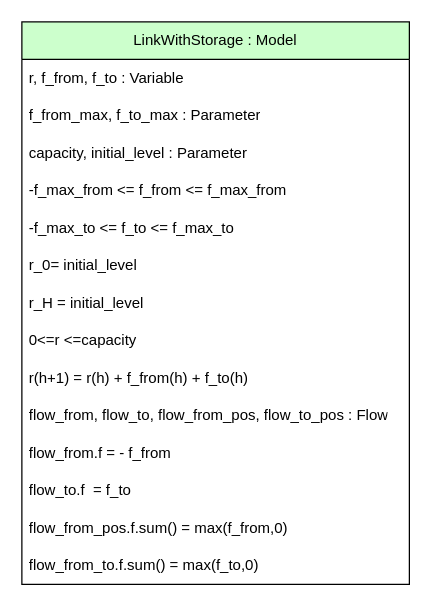
This is models-design/model_library/link_with_storage.drawio from AntaresSimulatorTeam/andromede-modeling-prototype, a draw.io file, before an edit. Source tidied: cells renumbered, new cells numbered last; positions are measured from the earlier drawing's top-left corner, leaving out a move shared by most shapes. Both pictures are drawn from the tidied source at 125%, with x=0, y=0 at pixel (21, 21).
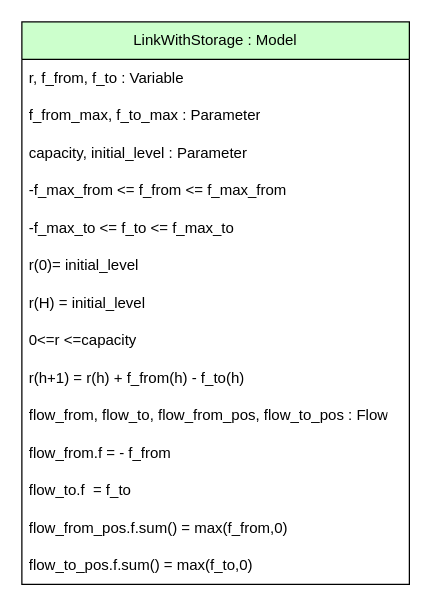
The same page after the edit.

The edit, as a diff of the source:
```diff
@@
 <mxGraphModel>
   <root>
     <mxCell id="0" />
     <mxCell id="1" parent="0" />
     <mxCell id="2" value="LinkWithStorage : Model" style="swimlane;fontStyle=0;horizontal=1;startSize=30;whiteSpace=wrap;html=1;fillColor=#CCFFCC;fontColor=#000000;" parent="1" vertex="1">
       <mxGeometry width="310" height="450" as="geometry" />
     </mxCell>
     <mxCell id="3" value="r, f_from, f_to : Variable" style="text;strokeColor=none;fillColor=none;align=left;verticalAlign=middle;spacingLeft=4;spacingRight=4;overflow=hidden;whiteSpace=wrap;html=1;" parent="2" vertex="1">
       <mxGeometry y="30" width="310" height="30" as="geometry" />
     </mxCell>
     <mxCell id="4" value="f_from_max, f_to_max : Parameter" style="text;strokeColor=none;fillColor=none;align=left;verticalAlign=middle;spacingLeft=4;spacingRight=4;overflow=hidden;whiteSpace=wrap;html=1;" parent="2" vertex="1">
       <mxGeometry y="60" width="310" height="30" as="geometry" />
     </mxCell>
     <mxCell id="5" value="capacity, initial_level : Parameter" style="text;strokeColor=none;fillColor=none;align=left;verticalAlign=middle;spacingLeft=4;spacingRight=4;overflow=hidden;whiteSpace=wrap;html=1;" parent="2" vertex="1">
       <mxGeometry y="90" width="310" height="30" as="geometry" />
     </mxCell>
     <mxCell id="6" value="-f_max_from &amp;lt;= f_from &amp;lt;= f_max_from" style="text;strokeColor=none;fillColor=none;align=left;verticalAlign=middle;spacingLeft=4;spacingRight=4;overflow=hidden;whiteSpace=wrap;html=1;" parent="2" vertex="1">
       <mxGeometry y="120" width="310" height="30" as="geometry" />
     </mxCell>
     <mxCell id="7" value="-f_max_to &amp;lt;= f_to &amp;lt;= f_max_to" style="text;strokeColor=none;fillColor=none;align=left;verticalAlign=middle;spacingLeft=4;spacingRight=4;overflow=hidden;whiteSpace=wrap;html=1;" parent="2" vertex="1">
       <mxGeometry y="150" width="310" height="30" as="geometry" />
     </mxCell>
-    <mxCell id="8" value="r_0= initial_level" style="text;strokeColor=none;fillColor=none;align=left;verticalAlign=middle;spacingLeft=4;spacingRight=4;overflow=hidden;whiteSpace=wrap;html=1;" parent="2" vertex="1">
+    <mxCell id="8" value="r(0)= initial_level" style="text;strokeColor=none;fillColor=none;align=left;verticalAlign=middle;spacingLeft=4;spacingRight=4;overflow=hidden;whiteSpace=wrap;html=1;" parent="2" vertex="1">
       <mxGeometry y="180" width="310" height="30" as="geometry" />
     </mxCell>
-    <mxCell id="9" value="r_H = initial_level" style="text;strokeColor=none;fillColor=none;align=left;verticalAlign=middle;spacingLeft=4;spacingRight=4;overflow=hidden;whiteSpace=wrap;html=1;" parent="2" vertex="1">
+    <mxCell id="9" value="r(H) = initial_level" style="text;strokeColor=none;fillColor=none;align=left;verticalAlign=middle;spacingLeft=4;spacingRight=4;overflow=hidden;whiteSpace=wrap;html=1;" parent="2" vertex="1">
       <mxGeometry y="210" width="310" height="30" as="geometry" />
     </mxCell>
     <mxCell id="10" value="0&amp;lt;=r &amp;lt;=capacity" style="text;strokeColor=none;fillColor=none;align=left;verticalAlign=middle;spacingLeft=4;spacingRight=4;overflow=hidden;whiteSpace=wrap;html=1;" parent="2" vertex="1">
       <mxGeometry y="240" width="310" height="30" as="geometry" />
     </mxCell>
-    <mxCell id="11" value="r(h+1) = r(h) + f_from(h) + f_to(h)" style="text;strokeColor=none;fillColor=none;align=left;verticalAlign=middle;spacingLeft=4;spacingRight=4;overflow=hidden;whiteSpace=wrap;html=1;" parent="2" vertex="1">
+    <mxCell id="11" value="r(h+1) = r(h) + f_from(h) - f_to(h)" style="text;strokeColor=none;fillColor=none;align=left;verticalAlign=middle;spacingLeft=4;spacingRight=4;overflow=hidden;whiteSpace=wrap;html=1;" parent="2" vertex="1">
       <mxGeometry y="270" width="310" height="30" as="geometry" />
     </mxCell>
     <mxCell id="12" value="flow_from, flow_to, flow_from_pos, flow_to_pos : Flow" style="text;strokeColor=none;fillColor=none;align=left;verticalAlign=middle;spacingLeft=4;spacingRight=4;overflow=hidden;whiteSpace=wrap;html=1;" parent="2" vertex="1">
       <mxGeometry y="300" width="310" height="30" as="geometry" />
     </mxCell>
     <mxCell id="13" value="flow_from.f = - f_from" style="text;strokeColor=none;fillColor=none;align=left;verticalAlign=middle;spacingLeft=4;spacingRight=4;overflow=hidden;whiteSpace=wrap;html=1;" parent="2" vertex="1">
       <mxGeometry y="330" width="310" height="30" as="geometry" />
     </mxCell>
     <mxCell id="14" value="flow_to.f&amp;nbsp; = f_to" style="text;strokeColor=none;fillColor=none;align=left;verticalAlign=middle;spacingLeft=4;spacingRight=4;overflow=hidden;whiteSpace=wrap;html=1;" parent="2" vertex="1">
       <mxGeometry y="360" width="310" height="30" as="geometry" />
     </mxCell>
     <mxCell id="15" value="flow_from_pos.f.sum() = max(f_from,0)" style="text;strokeColor=none;fillColor=none;align=left;verticalAlign=middle;spacingLeft=4;spacingRight=4;overflow=hidden;whiteSpace=wrap;html=1;" parent="2" vertex="1">
       <mxGeometry y="390" width="310" height="30" as="geometry" />
     </mxCell>
-    <mxCell id="16" value="flow_from_to.f.sum() = max(f_to,0)" style="text;strokeColor=none;fillColor=none;align=left;verticalAlign=middle;spacingLeft=4;spacingRight=4;overflow=hidden;whiteSpace=wrap;html=1;" parent="2" vertex="1">
+    <mxCell id="16" value="flow_to_pos.f.sum() = max(f_to,0)" style="text;strokeColor=none;fillColor=none;align=left;verticalAlign=middle;spacingLeft=4;spacingRight=4;overflow=hidden;whiteSpace=wrap;html=1;" parent="2" vertex="1">
       <mxGeometry y="420" width="310" height="30" as="geometry" />
     </mxCell>
   </root>
 </mxGraphModel>
```
